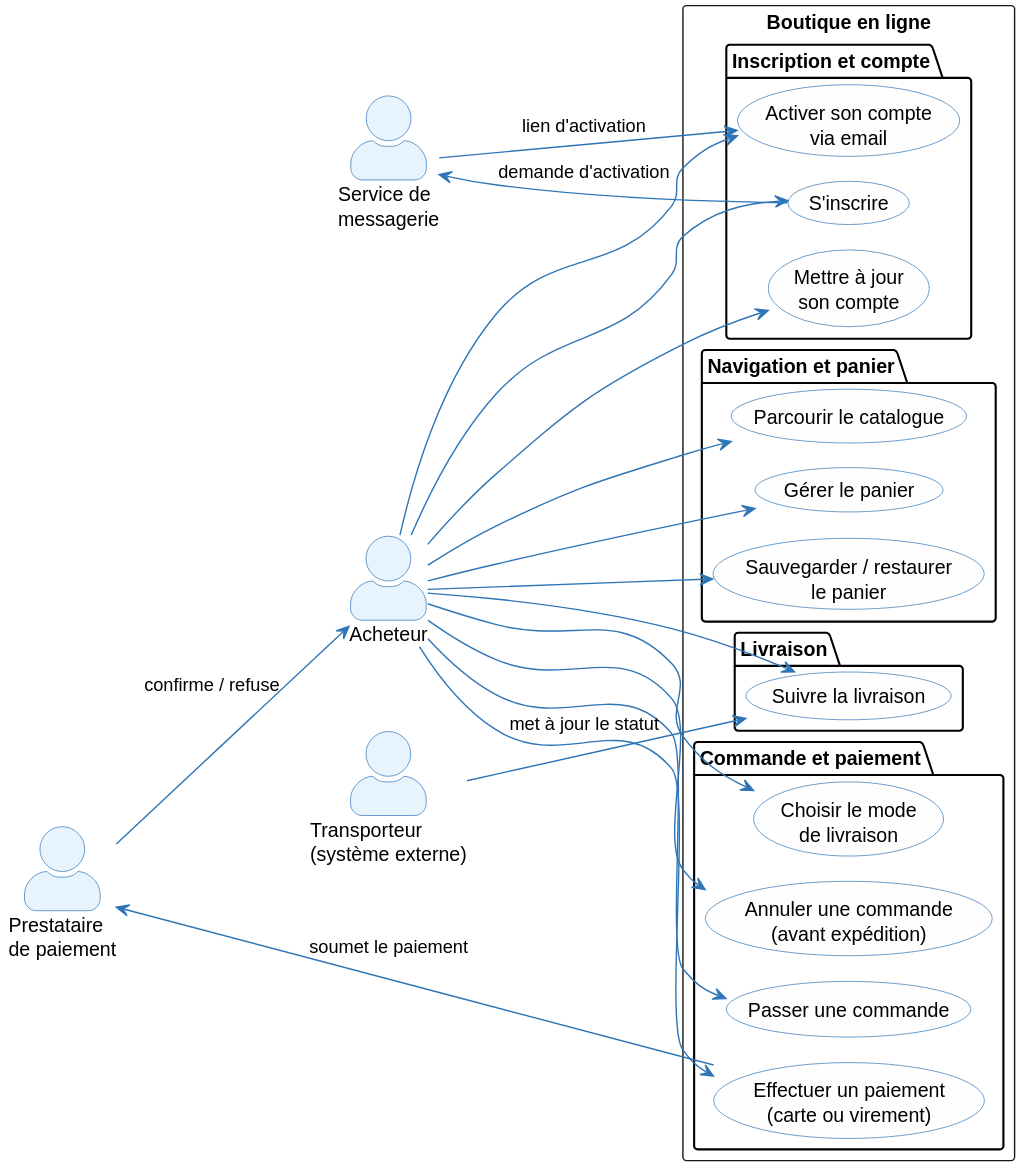
Earlier version of the PlantUML export architecture/diagrams/oa-uc-buyer.svg (louistalvande/online_shop).
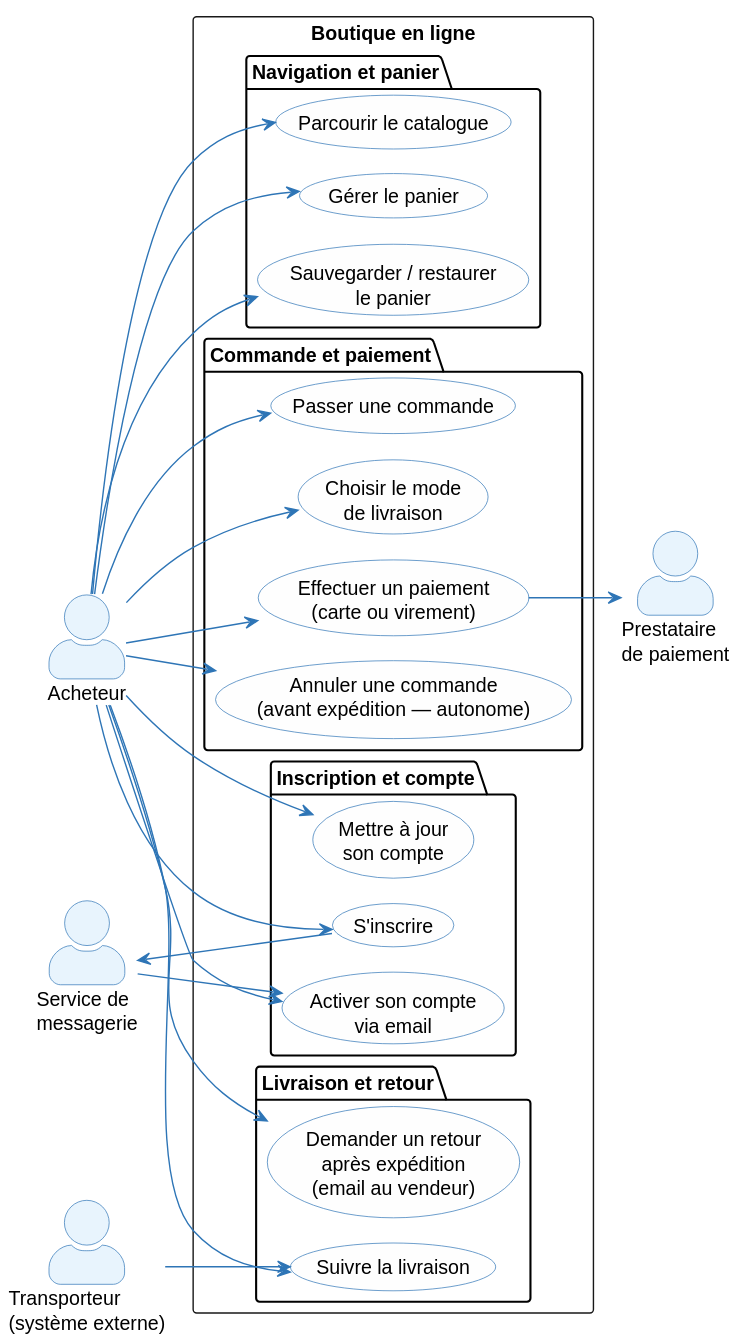
The same diagram one commit later.

Change to the diagram source:
```diff
@@ -32,10 +32,11 @@
     usecase (Passer une commande) as UC_B3
     usecase (Choisir le mode\nde livraison) as UC_B4B
     usecase "Effectuer un paiement\n(carte ou virement)" as UC_B4
-    usecase "Annuler une commande\n(avant expédition)" as UC_B6
+    usecase "Annuler une commande\n(avant expédition — autonome)" as UC_B6
   }
-  package "Livraison" {
+  package "Livraison et retour" {
     usecase (Suivre la livraison) as UC_B5
+    usecase "Demander un retour\naprès expédition\n(email au vendeur)" as UC_B7
   }
 }
 
@@ -50,10 +51,10 @@
 Buyer --> UC_B4
 Buyer --> UC_B5
 Buyer --> UC_B6
+Buyer --> UC_B7
 
-UC_B0 --> Mail : demande d'activation
-Mail --> UC_B0B : lien d'activation
-UC_B4 --> Payment : soumet le paiement
-Payment --> Buyer : confirme / refuse
-Carrier --> UC_B5 : met à jour le statut
+UC_B0 --> Mail
+Mail --> UC_B0B
+UC_B4 --> Payment
+Carrier --> UC_B5
 @enduml
```
